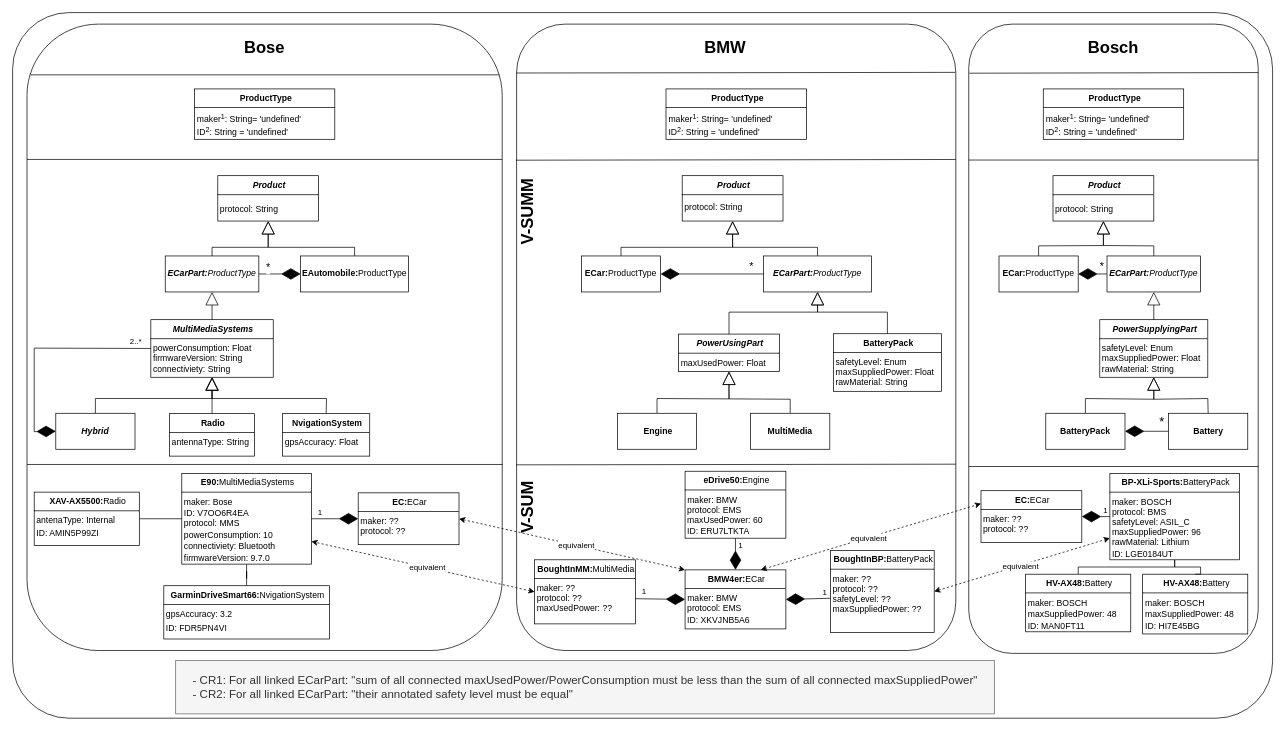
Mohammad-Si/convide-A02-MVE keeps this draw.io diagram as A02-MVE-Poster.drawio. Above is the earlier version. Source tidied: cells renumbered, new cells numbered last; positions are measured from the earlier drawing's top-left corner, leaving out a move shared by most shapes. Both pictures are drawn from the tidied source at 72%, with x=0, y=0 at pixel (12, 12).
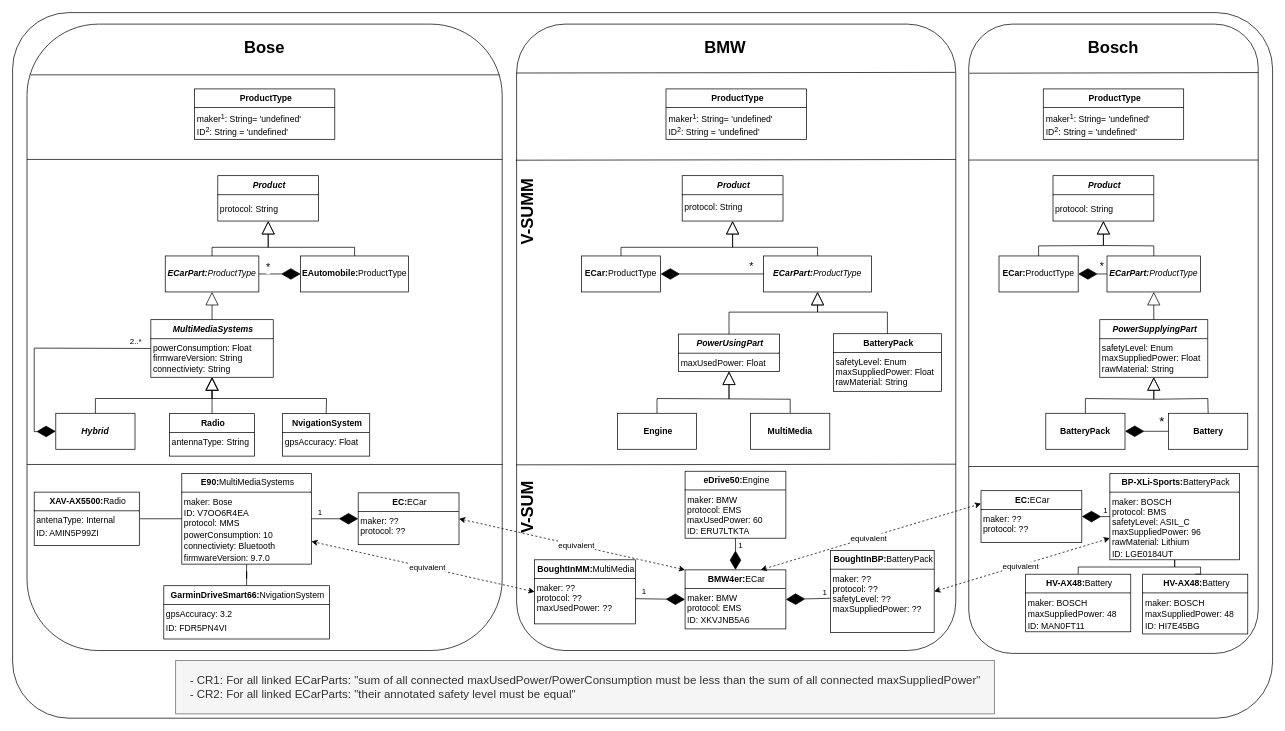
The same page after the edit.

The edit, as a diff of the source:
```diff
@@
-    <mxCell id="60" value="&lt;span style=&quot;color: rgb(51, 51, 51); text-align: left;&quot;&gt;- CR1: For all linked ECarPart: &quot;sum of all connected maxUsedPower/PowerConsumption must be less than the sum of all connected maxSuppliedPower&quot;&lt;/span&gt;&lt;div style=&quot;color: rgb(51, 51, 51); text-align: left;&quot;&gt;- CR2:&amp;nbsp;&lt;span style=&quot;background-color: initial;&quot;&gt;For all linked&amp;nbsp;&lt;/span&gt;ECarPart&lt;span style=&quot;background-color: initial;&quot;&gt;:&lt;/span&gt;&lt;span style=&quot;background-color: initial;&quot;&gt;&amp;nbsp;&quot;their annotated safety level must be equal&quot;&lt;/span&gt;&lt;/div&gt;" style="text;html=1;align=center;verticalAlign=middle;whiteSpace=wrap;rounded=0;fontSize=16;fillColor=#f5f5f5;fontColor=#333333;strokeColor=#666666;" parent="1" vertex="1">
+    <mxCell id="60" value="&lt;span style=&quot;color: rgb(51, 51, 51); text-align: left;&quot;&gt;- CR1: For all linked ECarParts: &quot;sum of all connected maxUsedPower/PowerConsumption must be less than the sum of all connected maxSuppliedPower&quot;&lt;/span&gt;&lt;div style=&quot;color: rgb(51, 51, 51); text-align: left;&quot;&gt;- CR2:&amp;nbsp;&lt;span style=&quot;background-color: initial;&quot;&gt;For all linked&amp;nbsp;&lt;/span&gt;ECarParts&lt;span style=&quot;background-color: initial;&quot;&gt;:&lt;/span&gt;&lt;span style=&quot;background-color: initial;&quot;&gt;&amp;nbsp;&quot;their annotated safety level must be equal&quot;&lt;/span&gt;&lt;/div&gt;" style="text;html=1;align=center;verticalAlign=middle;whiteSpace=wrap;rounded=0;fontSize=16;fillColor=#f5f5f5;fontColor=#333333;strokeColor=#666666;" parent="1" vertex="1">
       <mxGeometry x="226.5" y="900" width="1137" height="74" as="geometry" />
     </mxCell>
```
